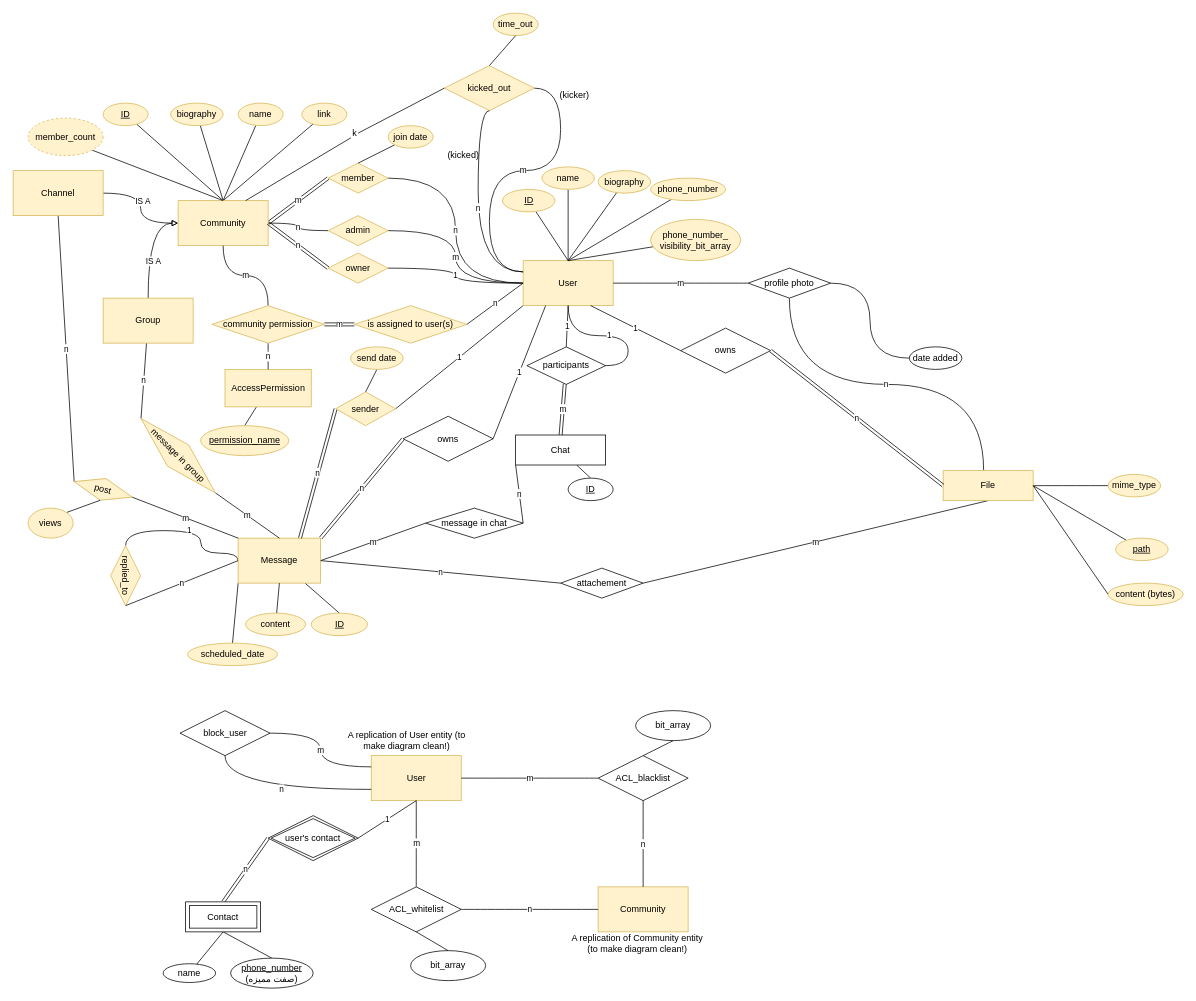
This is ER_copy.drawio from MohsenDehghankar/db-project, a draw.io file, before an edit. Source tidied: cells renumbered, new cells numbered last; positions are measured from the earlier drawing's top-left corner, leaving out a move shared by most shapes. Both pictures are drawn from the tidied source at 75%, with x=0, y=0 at pixel (13, 13).
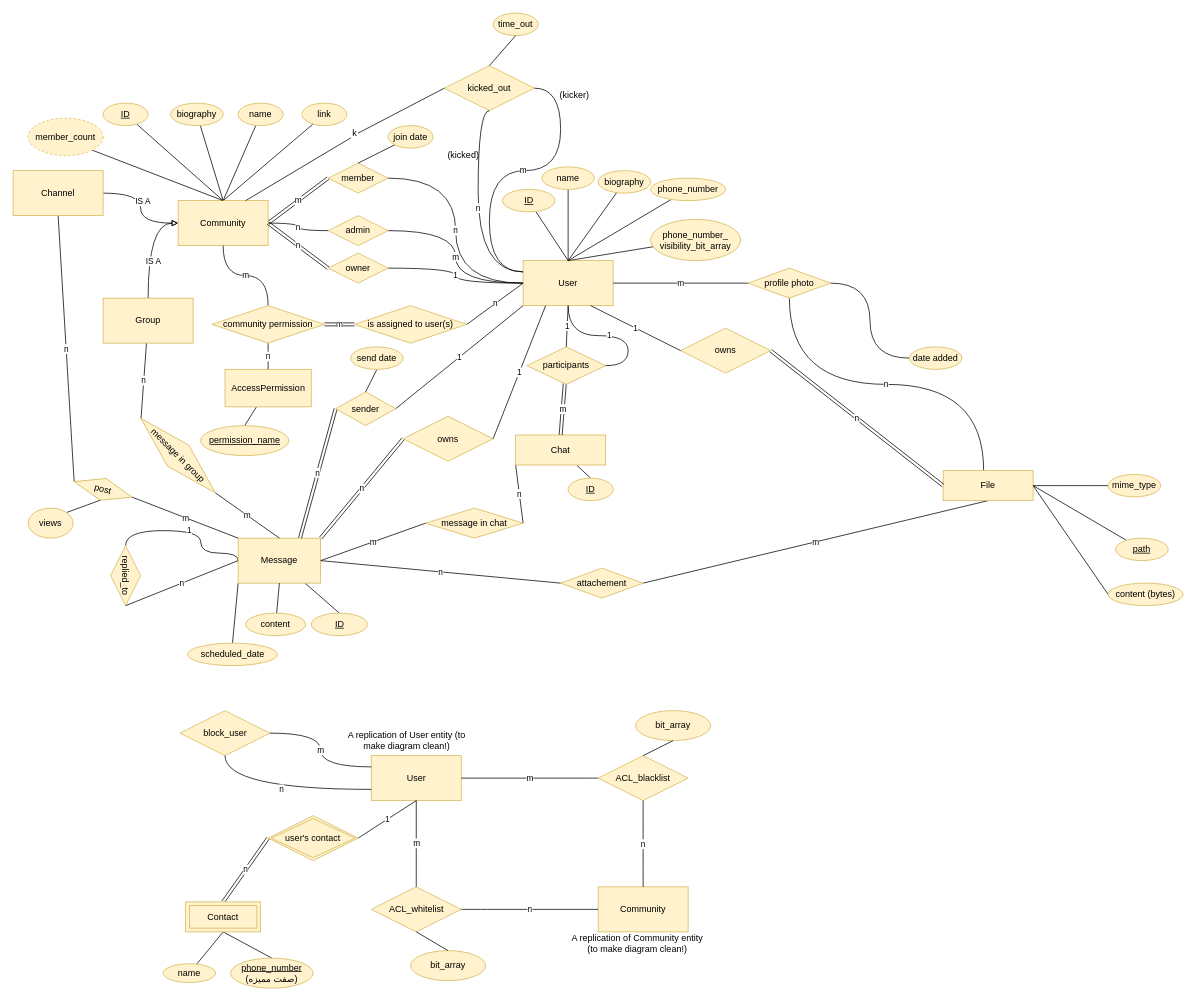
Above is the later version.

Commit message (it also covers changes not shown here):
Logical Design Completed

What changed in the source:
```diff
@@
-    <mxCell id="26" value="Chat" style="rounded=0;whiteSpace=wrap;html=1;" parent="1" vertex="1">
+    <mxCell id="26" value="Chat" style="rounded=0;whiteSpace=wrap;html=1;fillColor=#fff2cc;strokeColor=#d6b656;" parent="1" vertex="1">
       <mxGeometry x="670" y="562.5" width="120" height="40" as="geometry" />
     </mxCell>
@@
-    <mxCell id="56" value="profile photo" style="rhombus;whiteSpace=wrap;html=1;" parent="1" vertex="1">
+    <mxCell id="56" value="profile photo" style="rhombus;whiteSpace=wrap;html=1;fillColor=#fff2cc;strokeColor=#d6b656;" parent="1" vertex="1">
       <mxGeometry x="980" y="340" width="110" height="40" as="geometry" />
     </mxCell>
-    <mxCell id="57" value="date added" style="ellipse;whiteSpace=wrap;html=1;" parent="1" vertex="1">
+    <mxCell id="57" value="date added" style="ellipse;whiteSpace=wrap;html=1;fillColor=#fff2cc;strokeColor=#d6b656;" parent="1" vertex="1">
       <mxGeometry x="1195" y="445" width="70" height="30" as="geometry" />
     </mxCell>
@@
-    <mxCell id="62" value="participants" style="rhombus;whiteSpace=wrap;html=1;" parent="1" vertex="1">
+    <mxCell id="62" value="participants" style="rhombus;whiteSpace=wrap;html=1;fillColor=#fff2cc;strokeColor=#d6b656;" parent="1" vertex="1">
       <mxGeometry x="685" y="445" width="105" height="50" as="geometry" />
     </mxCell>
-    <mxCell id="63" value="&lt;u&gt;ID&lt;/u&gt;" style="ellipse;whiteSpace=wrap;html=1;" parent="1" vertex="1">
+    <mxCell id="63" value="&lt;u&gt;ID&lt;/u&gt;" style="ellipse;whiteSpace=wrap;html=1;fillColor=#fff2cc;strokeColor=#d6b656;" parent="1" vertex="1">
       <mxGeometry x="740" y="620" width="60" height="30" as="geometry" />
     </mxCell>
@@
-    <mxCell id="74" value="attachement" style="rhombus;whiteSpace=wrap;html=1;" parent="1" vertex="1">
+    <mxCell id="74" value="attachement" style="rhombus;whiteSpace=wrap;html=1;fillColor=#fff2cc;strokeColor=#d6b656;" parent="1" vertex="1">
       <mxGeometry x="730" y="740" width="110" height="40" as="geometry" />
     </mxCell>
@@
-    <mxCell id="80" value="message in chat" style="rhombus;whiteSpace=wrap;html=1;" parent="1" vertex="1">
+    <mxCell id="80" value="message in chat" style="rhombus;whiteSpace=wrap;html=1;fillColor=#fff2cc;strokeColor=#d6b656;" parent="1" vertex="1">
       <mxGeometry x="550" y="660" width="130" height="40" as="geometry" />
     </mxCell>
@@
-    <mxCell id="91" value="&lt;u&gt;phone_number&lt;/u&gt; (صفت ممیزه)" style="ellipse;whiteSpace=wrap;html=1;strokeColor=#000000;" parent="1" vertex="1">
+    <mxCell id="91" value="&lt;u&gt;phone_number&lt;/u&gt; (صفت ممیزه)" style="ellipse;whiteSpace=wrap;html=1;strokeColor=#d6b656;fillColor=#fff2cc;" parent="1" vertex="1">
       <mxGeometry x="290" y="1260" width="110" height="40" as="geometry" />
     </mxCell>
@@
-    <mxCell id="93" value="name" style="ellipse;whiteSpace=wrap;html=1;strokeColor=#000000;" parent="1" vertex="1">
+    <mxCell id="93" value="name" style="ellipse;whiteSpace=wrap;html=1;strokeColor=#d6b656;fillColor=#fff2cc;" parent="1" vertex="1">
       <mxGeometry x="200" y="1267.5" width="70" height="25" as="geometry" />
     </mxCell>
@@
-    <mxCell id="98" value="owns" style="shape=rhombus;perimeter=rhombusPerimeter;whiteSpace=wrap;html=1;align=center;" parent="1" vertex="1">
+    <mxCell id="98" value="owns" style="shape=rhombus;perimeter=rhombusPerimeter;whiteSpace=wrap;html=1;align=center;fillColor=#fff2cc;strokeColor=#d6b656;" parent="1" vertex="1">
       <mxGeometry x="890" y="420" width="120" height="60" as="geometry" />
     </mxCell>
@@
-    <mxCell id="102" value="owns" style="shape=rhombus;perimeter=rhombusPerimeter;whiteSpace=wrap;html=1;align=center;" parent="1" vertex="1">
+    <mxCell id="102" value="owns" style="shape=rhombus;perimeter=rhombusPerimeter;whiteSpace=wrap;html=1;align=center;fillColor=#fff2cc;strokeColor=#d6b656;" parent="1" vertex="1">
       <mxGeometry x="520" y="537.5" width="120" height="60" as="geometry" />
     </mxCell>
@@
-    <mxCell id="118" value="ACL_blacklist" style="shape=rhombus;perimeter=rhombusPerimeter;whiteSpace=wrap;html=1;align=center;" parent="1" vertex="1">
+    <mxCell id="118" value="ACL_blacklist" style="shape=rhombus;perimeter=rhombusPerimeter;whiteSpace=wrap;html=1;align=center;fillColor=#fff2cc;strokeColor=#d6b656;" parent="1" vertex="1">
       <mxGeometry x="780" y="990" width="120" height="60" as="geometry" />
     </mxCell>
@@
-    <mxCell id="121" value="ACL_whitelist" style="shape=rhombus;perimeter=rhombusPerimeter;whiteSpace=wrap;html=1;align=center;" parent="1" vertex="1">
+    <mxCell id="121" value="ACL_whitelist" style="shape=rhombus;perimeter=rhombusPerimeter;whiteSpace=wrap;html=1;align=center;fillColor=#fff2cc;strokeColor=#d6b656;" parent="1" vertex="1">
       <mxGeometry x="477.5" y="1165" width="120" height="60" as="geometry" />
     </mxCell>
@@
-    <mxCell id="124" value="bit_array" style="ellipse;whiteSpace=wrap;html=1;align=center;" parent="1" vertex="1">
+    <mxCell id="124" value="bit_array" style="ellipse;whiteSpace=wrap;html=1;align=center;fillColor=#fff2cc;strokeColor=#d6b656;" parent="1" vertex="1">
       <mxGeometry x="830" y="930" width="100" height="40" as="geometry" />
     </mxCell>
@@
-    <mxCell id="126" value="bit_array" style="ellipse;whiteSpace=wrap;html=1;align=center;" parent="1" vertex="1">
+    <mxCell id="126" value="bit_array" style="ellipse;whiteSpace=wrap;html=1;align=center;fillColor=#fff2cc;strokeColor=#d6b656;" parent="1" vertex="1">
       <mxGeometry x="530" y="1250" width="100" height="40" as="geometry" />
     </mxCell>
@@
-    <mxCell id="133" value="block_user" style="shape=rhombus;perimeter=rhombusPerimeter;whiteSpace=wrap;html=1;align=center;" parent="1" vertex="1">
+    <mxCell id="133" value="block_user" style="shape=rhombus;perimeter=rhombusPerimeter;whiteSpace=wrap;html=1;align=center;fillColor=#fff2cc;strokeColor=#d6b656;" parent="1" vertex="1">
       <mxGeometry x="222.5" y="930" width="120" height="60" as="geometry" />
     </mxCell>
@@
-    <mxCell id="136" value="user's contact" style="shape=rhombus;double=1;perimeter=rhombusPerimeter;whiteSpace=wrap;html=1;align=center;" parent="1" vertex="1">
+    <mxCell id="136" value="user's contact" style="shape=rhombus;double=1;perimeter=rhombusPerimeter;whiteSpace=wrap;html=1;align=center;fillColor=#fff2cc;strokeColor=#d6b656;" parent="1" vertex="1">
       <mxGeometry x="340" y="1070" width="120" height="60" as="geometry" />
     </mxCell>
-    <mxCell id="137" value="Contact" style="shape=ext;margin=3;double=1;whiteSpace=wrap;html=1;align=center;" parent="1" vertex="1">
+    <mxCell id="137" value="Contact" style="shape=ext;margin=3;double=1;whiteSpace=wrap;html=1;align=center;fillColor=#fff2cc;strokeColor=#d6b656;" parent="1" vertex="1">
       <mxGeometry x="230" y="1185" width="100" height="40" as="geometry" />
     </mxCell>
```
